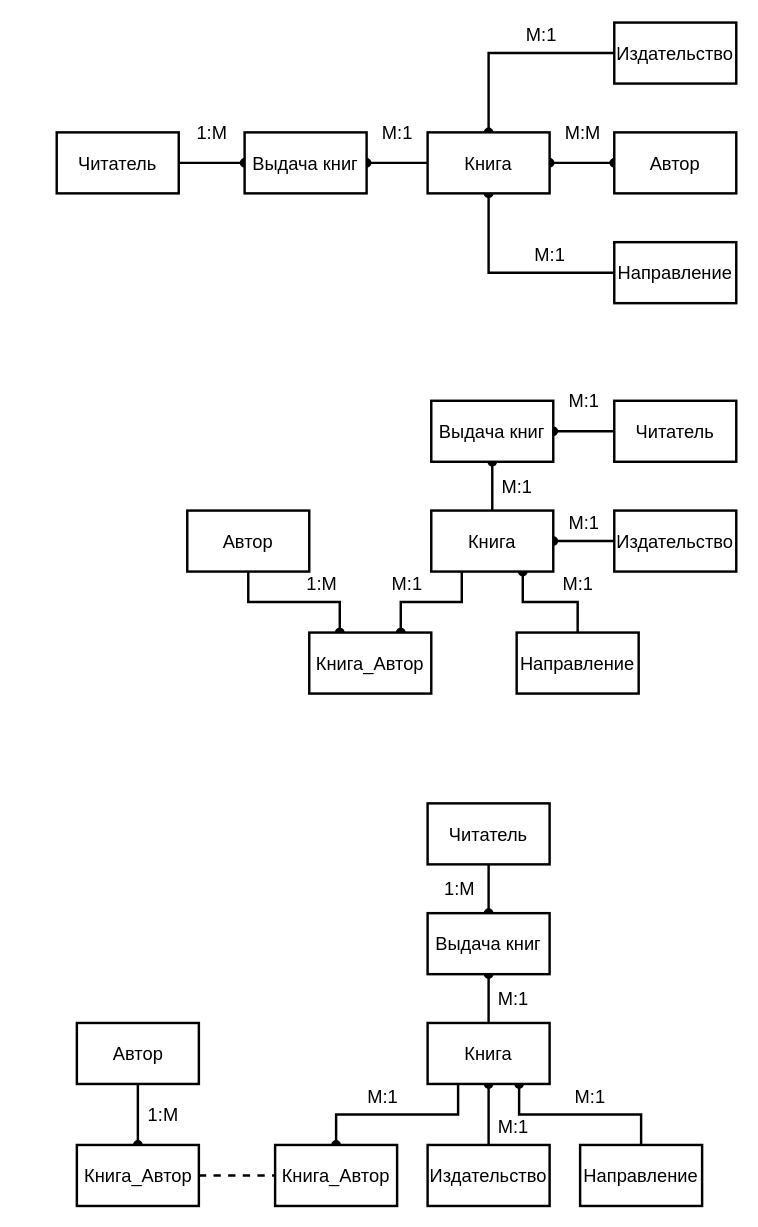
The draw.io diagram 3 курс/5 семестр/КП/Схемы/Структуры.drawio in IlyaDzh/SevSU, before the edit. Source tidied: cells renumbered, new cells numbered last; positions are measured from the earlier drawing's top-left corner, leaving out a move shared by most shapes. Both pictures are drawn from the tidied source at 122%, with x=0, y=0 at pixel (56, 22).
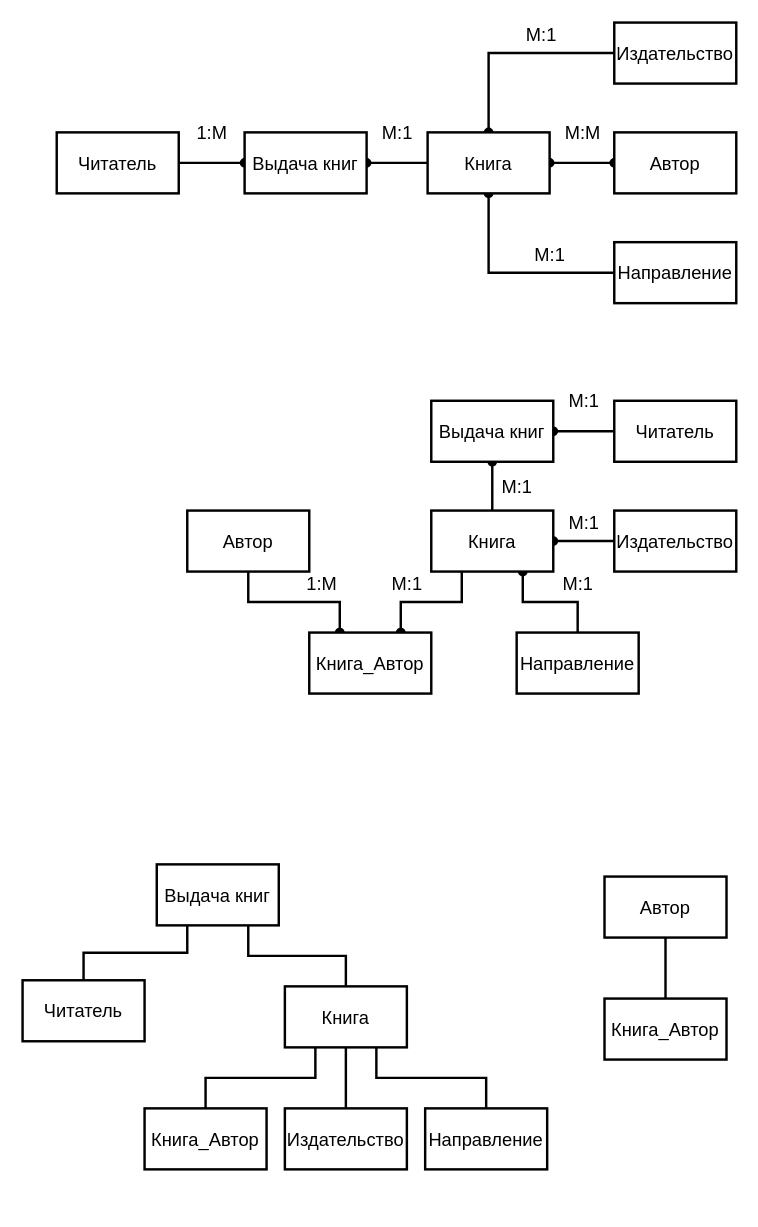
The same diagram, later.

Change to the diagram source:
```diff
@@
-    <mxCell id="21" style="edgeStyle=orthogonalEdgeStyle;rounded=0;jettySize=auto;html=1;exitX=0.5;exitY=1;exitDx=0;exitDy=0;entryX=0.5;entryY=0;entryDx=0;entryDy=0;startArrow=none;startFill=0;endArrow=oval;endFill=1;strokeWidth=2;fontSize=15;" parent="1" edge="1" source="22" target="24">
+    <mxCell id="21" style="edgeStyle=orthogonalEdgeStyle;rounded=0;jettySize=auto;html=1;entryX=0.25;entryY=1;entryDx=0;entryDy=0;startArrow=none;startFill=0;endArrow=none;endFill=0;strokeWidth=2;fontSize=15;exitX=0.5;exitY=0;exitDx=0;exitDy=0;" parent="1" edge="1" source="22" target="24">
       <mxGeometry relative="1" as="geometry" />
     </mxCell>
     <mxCell id="22" value="&lt;font style=&quot;font-size: 15px&quot;&gt;Читатель&lt;/font&gt;" style="rounded=0;whiteSpace=wrap;html=1;strokeWidth=2;fontSize=15;" parent="1" vertex="1">
-      <mxGeometry x="304" y="640" width="100" height="50" as="geometry" />
+      <mxGeometry x="-28" y="785" width="100" height="50" as="geometry" />
     </mxCell>
-    <mxCell id="23" style="edgeStyle=orthogonalEdgeStyle;rounded=0;jettySize=auto;html=1;exitX=0.5;exitY=1;exitDx=0;exitDy=0;entryX=0.5;entryY=0;entryDx=0;entryDy=0;startArrow=oval;startFill=1;endArrow=none;endFill=0;strokeWidth=2;fontSize=15;" parent="1" edge="1" source="24" target="28">
+    <mxCell id="23" style="edgeStyle=orthogonalEdgeStyle;rounded=0;jettySize=auto;html=1;exitX=0.75;exitY=1;exitDx=0;exitDy=0;entryX=0.5;entryY=0;entryDx=0;entryDy=0;startArrow=none;startFill=0;endArrow=none;endFill=0;strokeWidth=2;fontSize=15;" parent="1" edge="1" source="24" target="28">
       <mxGeometry relative="1" as="geometry" />
     </mxCell>
     <mxCell id="24" value="&lt;font style=&quot;font-size: 15px&quot;&gt;Выдача книг&lt;/font&gt;" style="rounded=0;whiteSpace=wrap;html=1;strokeWidth=2;fontSize=15;" parent="1" vertex="1">
-      <mxGeometry x="304" y="730" width="100" height="50" as="geometry" />
+      <mxGeometry x="82" y="690" width="100" height="50" as="geometry" />
     </mxCell>
-    <mxCell id="25" style="edgeStyle=orthogonalEdgeStyle;rounded=0;jettySize=auto;html=1;exitX=0.25;exitY=1;exitDx=0;exitDy=0;entryX=0.5;entryY=0;entryDx=0;entryDy=0;startArrow=none;startFill=0;endArrow=oval;endFill=1;strokeWidth=2;fontSize=15;" parent="1" edge="1" source="28" target="32">
+    <mxCell id="25" style="edgeStyle=orthogonalEdgeStyle;rounded=0;jettySize=auto;html=1;exitX=0.25;exitY=1;exitDx=0;exitDy=0;entryX=0.5;entryY=0;entryDx=0;entryDy=0;startArrow=none;startFill=0;endArrow=none;endFill=0;strokeWidth=2;fontSize=15;" parent="1" edge="1" source="28" target="32">
       <mxGeometry relative="1" as="geometry" />
     </mxCell>
-    <mxCell id="26" style="edgeStyle=orthogonalEdgeStyle;rounded=0;jettySize=auto;html=1;exitX=0.5;exitY=1;exitDx=0;exitDy=0;entryX=0.5;entryY=0;entryDx=0;entryDy=0;startArrow=oval;startFill=1;endArrow=none;endFill=0;strokeWidth=2;" parent="1" edge="1" source="28" target="30">
+    <mxCell id="26" style="edgeStyle=orthogonalEdgeStyle;rounded=0;jettySize=auto;html=1;exitX=0.5;exitY=1;exitDx=0;exitDy=0;entryX=0.5;entryY=0;entryDx=0;entryDy=0;startArrow=none;startFill=0;endArrow=none;endFill=0;strokeWidth=2;" parent="1" edge="1" source="28" target="30">
       <mxGeometry relative="1" as="geometry" />
     </mxCell>
-    <mxCell id="27" style="edgeStyle=orthogonalEdgeStyle;rounded=0;jettySize=auto;html=1;exitX=0.75;exitY=1;exitDx=0;exitDy=0;entryX=0.5;entryY=0;entryDx=0;entryDy=0;startArrow=oval;startFill=1;endArrow=none;endFill=0;strokeWidth=2;" parent="1" edge="1" source="28" target="29">
+    <mxCell id="27" style="edgeStyle=orthogonalEdgeStyle;rounded=0;jettySize=auto;html=1;exitX=0.75;exitY=1;exitDx=0;exitDy=0;entryX=0.5;entryY=0;entryDx=0;entryDy=0;startArrow=none;startFill=0;endArrow=none;endFill=0;strokeWidth=2;" parent="1" edge="1" source="28" target="29">
       <mxGeometry relative="1" as="geometry" />
     </mxCell>
     <mxCell id="28" value="&lt;font style=&quot;font-size: 15px;&quot;&gt;Книга&lt;/font&gt;" style="rounded=0;whiteSpace=wrap;html=1;strokeWidth=2;fontSize=15;" parent="1" vertex="1">
-      <mxGeometry x="304" y="820" width="100" height="50" as="geometry" />
+      <mxGeometry x="187" y="790" width="100" height="50" as="geometry" />
     </mxCell>
     <mxCell id="29" value="Направление" style="rounded=0;whiteSpace=wrap;html=1;strokeWidth=2;fontSize=15;" parent="1" vertex="1">
-      <mxGeometry x="429" y="920" width="100" height="50" as="geometry" />
+      <mxGeometry x="302" y="890" width="100" height="50" as="geometry" />
     </mxCell>
     <mxCell id="30" value="Издательство" style="rounded=0;whiteSpace=wrap;html=1;strokeWidth=2;fontSize=15;" parent="1" vertex="1">
-      <mxGeometry x="304" y="920" width="100" height="50" as="geometry" />
+      <mxGeometry x="187" y="890" width="100" height="50" as="geometry" />
     </mxCell>
-    <mxCell id="31" style="edgeStyle=orthogonalEdgeStyle;rounded=0;jettySize=auto;html=1;exitX=0.5;exitY=0;exitDx=0;exitDy=0;entryX=0.5;entryY=1;entryDx=0;entryDy=0;startArrow=oval;startFill=1;endArrow=none;endFill=0;strokeWidth=2;fontSize=15;" parent="1" edge="1" source="40" target="33">
+    <mxCell id="31" style="edgeStyle=orthogonalEdgeStyle;rounded=0;jettySize=auto;html=1;exitX=0.5;exitY=0;exitDx=0;exitDy=0;entryX=0.5;entryY=1;entryDx=0;entryDy=0;startArrow=none;startFill=0;endArrow=none;endFill=0;strokeWidth=2;fontSize=15;" parent="1" edge="1" source="40" target="33">
       <mxGeometry relative="1" as="geometry" />
     </mxCell>
     <mxCell id="32" value="Книга_Автор" style="rounded=0;whiteSpace=wrap;html=1;strokeWidth=2;fontSize=15;" parent="1" vertex="1">
-      <mxGeometry x="179" y="920" width="100" height="50" as="geometry" />
+      <mxGeometry x="72" y="890" width="100" height="50" as="geometry" />
     </mxCell>
     <mxCell id="33" value="Автор" style="rounded=0;whiteSpace=wrap;html=1;strokeWidth=2;fontSize=15;" parent="1" vertex="1">
-      <mxGeometry x="16.5" y="820" width="100" height="50" as="geometry" />
+      <mxGeometry x="449" y="700" width="100" height="50" as="geometry" />
     </mxCell>
-    <mxCell id="34" value="1:М" style="text;html=1;align=center;verticalAlign=middle;fontSize=15;" parent="1" vertex="1">
-      <mxGeometry x="309.5" y="700" width="40" height="20" as="geometry" />
-    </mxCell>
-    <mxCell id="35" value="М:1" style="text;html=1;align=center;verticalAlign=middle;fontSize=15;" parent="1" vertex="1">
-      <mxGeometry x="354" y="790" width="40" height="20" as="geometry" />
-    </mxCell>
-    <mxCell id="36" value="М:1" style="text;html=1;align=center;verticalAlign=middle;fontSize=15;" parent="1" vertex="1">
-      <mxGeometry x="247" y="870" width="40" height="20" as="geometry" />
-    </mxCell>
-    <mxCell id="37" value="1:М" style="text;html=1;align=center;verticalAlign=middle;fontSize=15;" parent="1" vertex="1">
-      <mxGeometry x="66.5" y="885" width="40" height="20" as="geometry" />
-    </mxCell>
-    <mxCell id="38" value="М:1" style="text;html=1;align=center;verticalAlign=middle;fontSize=15;" parent="1" vertex="1">
-      <mxGeometry x="354" y="895" width="40" height="20" as="geometry" />
-    </mxCell>
-    <mxCell id="39" value="М:1" style="text;html=1;align=center;verticalAlign=middle;fontSize=15;" parent="1" vertex="1">
-      <mxGeometry x="417" y="870" width="40" height="20" as="geometry" />
-    </mxCell>
     <mxCell id="40" value="Книга_Автор" style="rounded=0;whiteSpace=wrap;html=1;strokeWidth=2;fontSize=15;" parent="1" vertex="1">
-      <mxGeometry x="16.5" y="920" width="100" height="50" as="geometry" />
+      <mxGeometry x="449" y="800" width="100" height="50" as="geometry" />
     </mxCell>
-    <mxCell id="41" style="endArrow=none;dashed=1;html=1;strokeWidth=2;fontSize=15;exitX=1;exitY=0.5;exitDx=0;exitDy=0;entryX=0;entryY=0.5;entryDx=0;entryDy=0;" parent="1" edge="1" source="40" target="32">
-      <mxGeometry relative="1" as="geometry" />
-    </mxCell>
```
